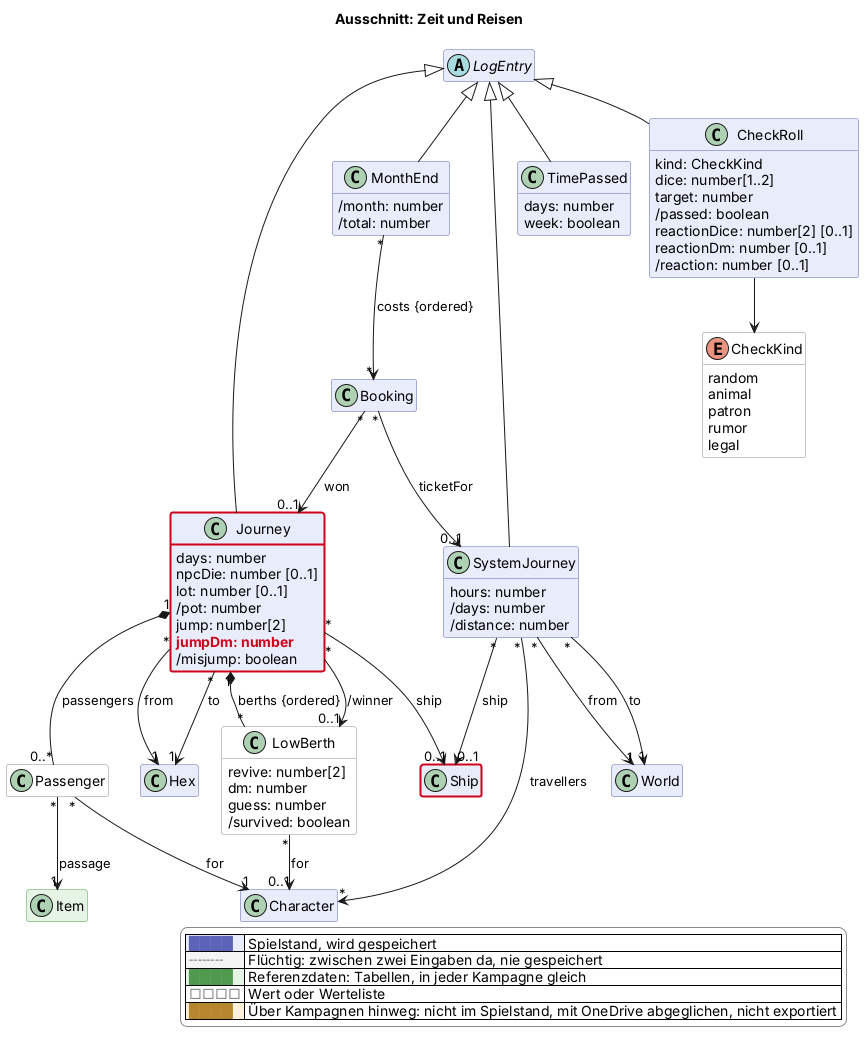
Above: docs/views/reise.png in scuzzar/SRE (PlantUML), before the change.
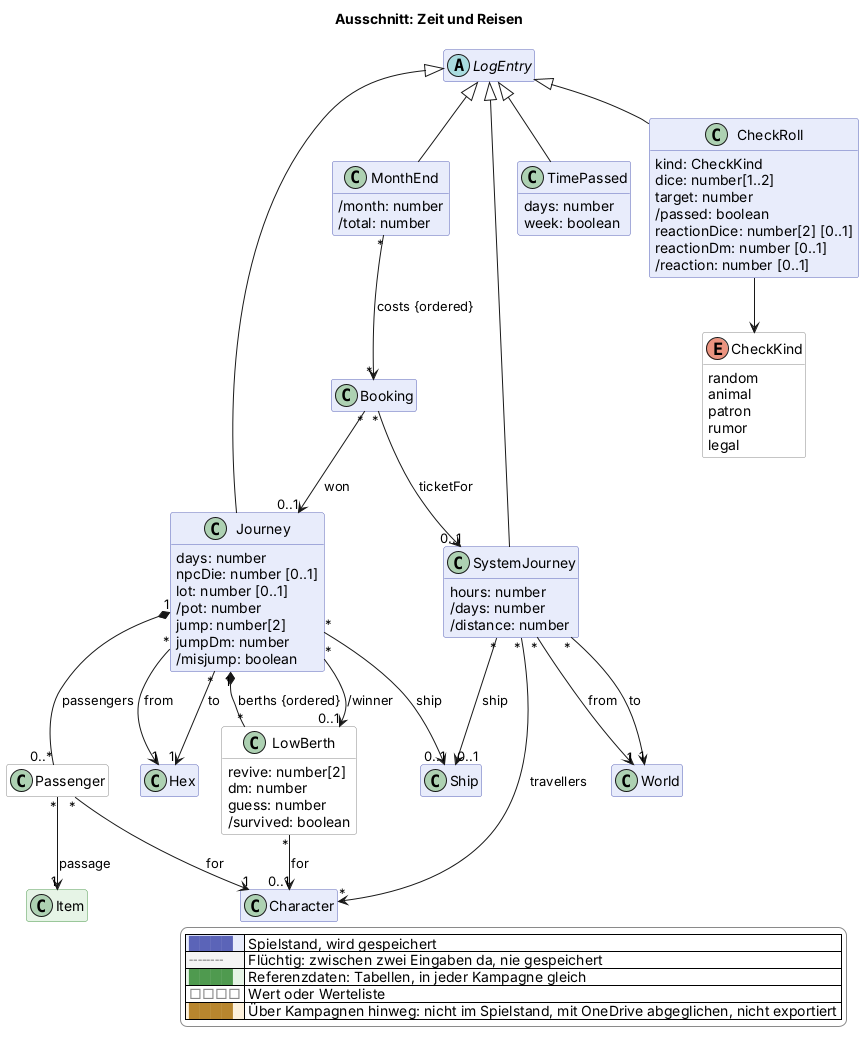
Later version of the same file.

Diff of the diagram source:
```diff
@@ -112,7 +112,7 @@
     lot: number [0..1]
     /pot: number
     jump: number[2]
-    $new("2026-11-21b", "jumpDm: number")
+    jumpDm: number
     /misjump: boolean
   }
   class Passenger <<value>> $reise {
@@ -176,6 +176,4 @@
   |<#ffffff> <color:#8a8a8a>□□□□</color> | Wert oder Werteliste |
   |<#fdf1dc> <color:#b8862e>████</color> | Über Kampagnen hinweg: nicht im Spielstand, mit OneDrive abgeglichen, nicht exportiert |
 endlegend
-class Ship #line:d0021b;line.bold
-class Journey #line:d0021b;line.bold
 @enduml
```
